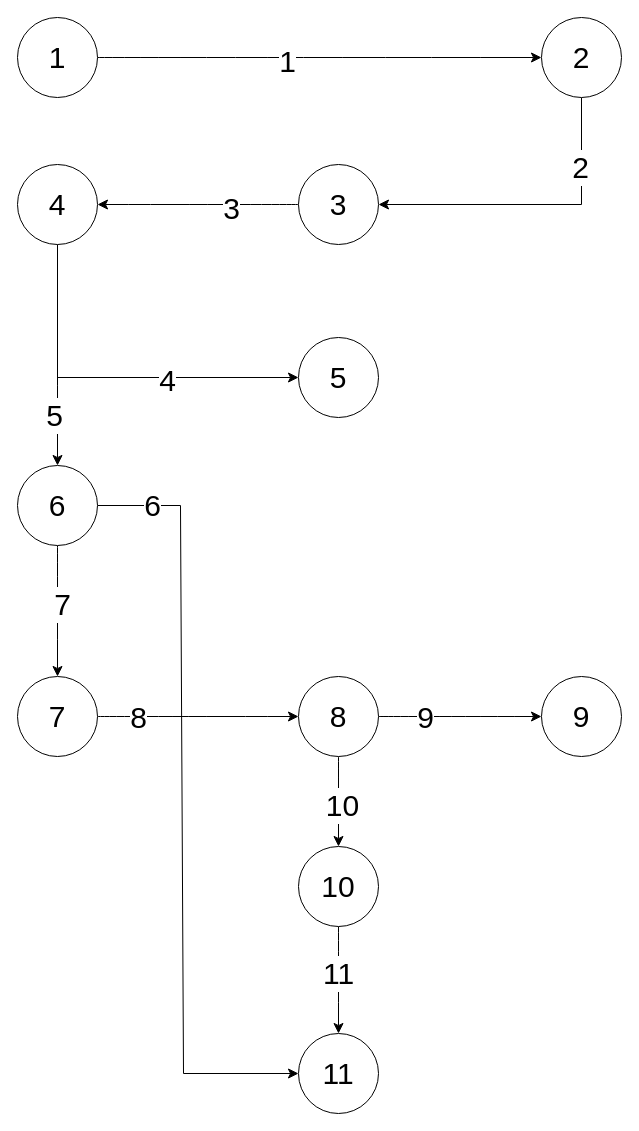
AmirRazer/DrawIoErd keeps this draw.io diagram as page "manage Akun" (5 of 5) of white box.drawio. Above is the earlier version. Source tidied: cells renumbered, new cells numbered last; positions are measured from the earlier drawing's top-left corner, leaving out a move shared by most shapes. Both pictures are drawn from the tidied source at 100%, with x=0, y=0 at pixel (17, 17).
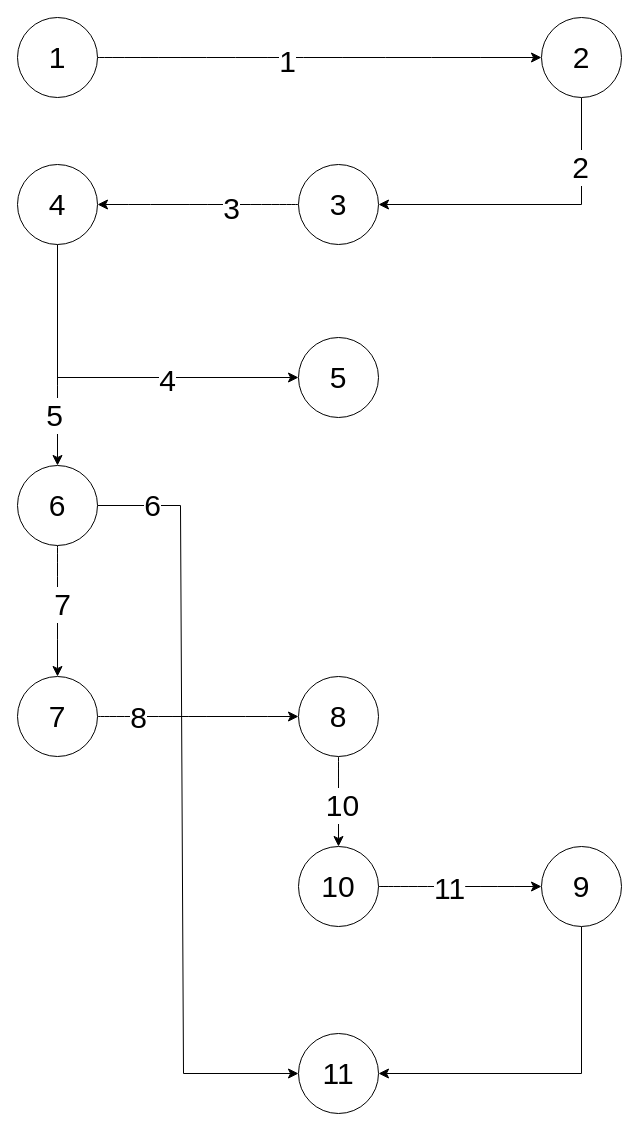
After the change.

Unchanged cells that the change refers to:
```xml
<mxCell id="29" value="8" style="ellipse;whiteSpace=wrap;html=1;fontSize=30;" parent="1" vertex="1">
  <mxGeometry x="281" y="659" width="80" height="80" as="geometry" />
</mxCell>
<mxCell id="32" value="10" style="ellipse;whiteSpace=wrap;html=1;fontSize=30;" parent="1" vertex="1">
  <mxGeometry x="281" y="829" width="80" height="80" as="geometry" />
</mxCell>
<mxCell id="33" value="11" style="ellipse;whiteSpace=wrap;html=1;fontSize=30;" parent="1" vertex="1">
  <mxGeometry x="281" y="1016" width="80" height="80" as="geometry" />
</mxCell>
```

Diff of the diagram source:
```diff
@@
-    <mxCell id="25" style="edgeStyle=none;curved=1;rounded=0;jettySize=auto;html=1;entryX=0;entryY=0.5;entryDx=0;entryDy=0;fontSize=30;startSize=8;endSize=8;" parent="1" edge="1" source="29" target="34">
-      <mxGeometry relative="1" as="geometry" />
-    </mxCell>
-    <mxCell id="26" value="9" style="edgeLabel;html=1;align=center;verticalAlign=middle;fontSize=30;" parent="25" vertex="1">
-      <mxGeometry x="-0.42" relative="1" as="geometry">
-        <mxPoint x="-1" as="offset" />
-      </mxGeometry>
-    </mxCell>
@@
-    <mxCell id="30" style="edgeStyle=none;curved=1;rounded=0;jettySize=auto;html=1;fontSize=30;startSize=8;endSize=8;" parent="1" edge="1" source="32" target="33">
+    <mxCell id="30" style="edgeStyle=none;curved=1;rounded=0;jettySize=auto;html=1;fontSize=30;startSize=8;endSize=8;entryX=0;entryY=0.5;entryDx=0;entryDy=0;" parent="1" edge="1" source="32" target="34">
       <mxGeometry relative="1" as="geometry" />
     </mxCell>
@@
+    <mxCell id="35" style="edgeStyle=none;curved=0;rounded=0;jettySize=auto;html=1;entryX=1;entryY=0.5;entryDx=0;entryDy=0;fontSize=12;startSize=8;endSize=8;" parent="1" edge="1" source="34" target="33">
+      <mxGeometry relative="1" as="geometry">
+        <Array as="points">
+          <mxPoint x="564" y="1056" />
+        </Array>
+      </mxGeometry>
+    </mxCell>
     <mxCell id="34" value="9" style="ellipse;whiteSpace=wrap;html=1;fontSize=30;" parent="1" vertex="1">
-      <mxGeometry x="524" y="659" width="80" height="80" as="geometry" />
+      <mxGeometry x="524" y="829" width="80" height="80" as="geometry" />
     </mxCell>
```
